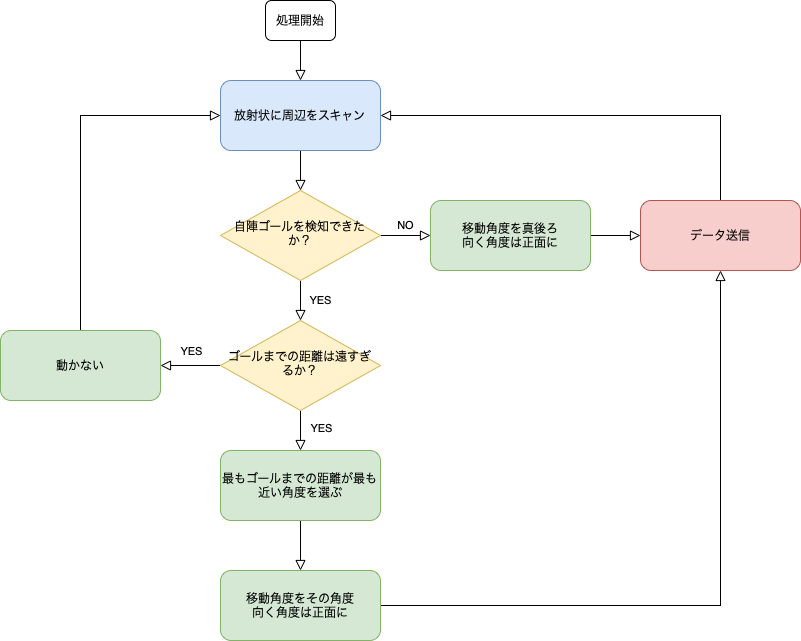
This is own_goal_distance_keeper_flowchart.png from Yohjustk/robocup-soccer-openmv-camera-programs, a draw.io export, as it was before one commit. Source tidied: cells renumbered, new cells last; positions are measured from the earlier drawing's top-left corner, leaving out a move shared by most shapes.
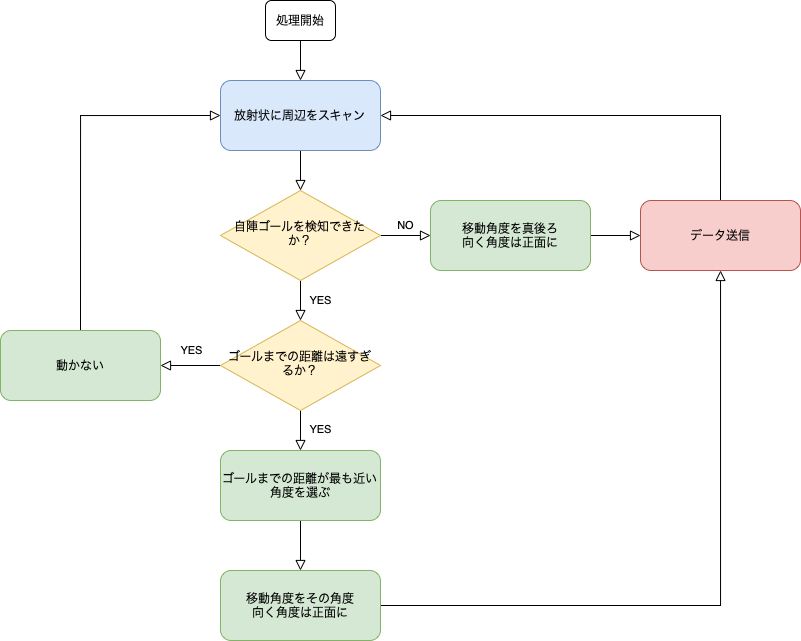
The same file after the commit.

The edit, as a diff of the source:
```diff
@@ -42,7 +42,7 @@
     <mxCell id="13" style="edgeStyle=orthogonalEdgeStyle;rounded=0;jettySize=auto;html=1;endArrow=block;endFill=0;endSize=8;" parent="1" edge="1" source="14" target="18">
       <mxGeometry relative="1" as="geometry" />
     </mxCell>
-    <mxCell id="14" value="最もゴールまでの距離が最も近い角度を選ぶ" style="rounded=1;whiteSpace=wrap;html=1;fontSize=12;glass=0;strokeWidth=1;shadow=0;fillColor=#d5e8d4;strokeColor=#82b366;" parent="1" vertex="1">
+    <mxCell id="14" value="ゴールまでの距離が最も近い角度を選ぶ" style="rounded=1;whiteSpace=wrap;html=1;fontSize=12;glass=0;strokeWidth=1;shadow=0;fillColor=#d5e8d4;strokeColor=#82b366;" parent="1" vertex="1">
       <mxGeometry x="220" y="450" width="160" height="70" as="geometry" />
     </mxCell>
     <mxCell id="15" style="edgeStyle=orthogonalEdgeStyle;rounded=0;jettySize=auto;html=1;endArrow=block;endFill=0;endSize=8;" parent="1" edge="1" source="16" target="3">
```
